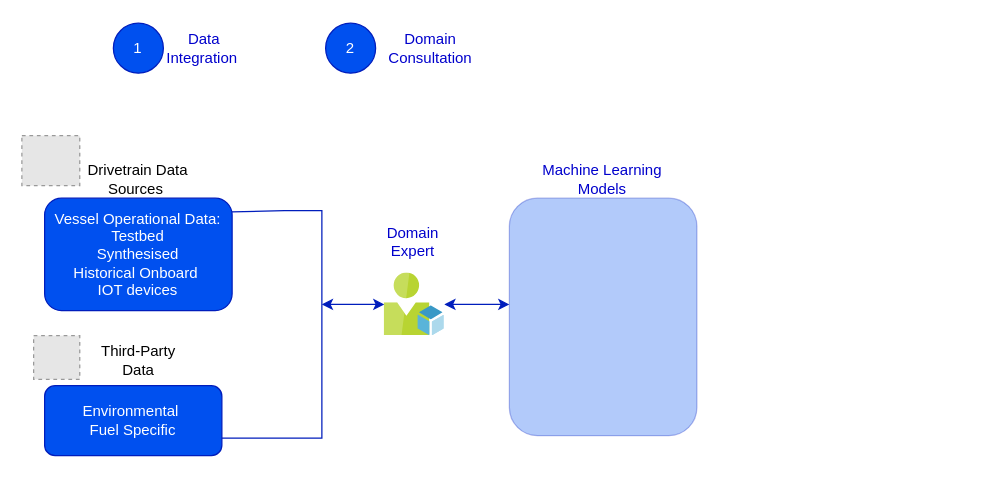
Before: Untitled Diagram.drawio in aianxtec/maritime-optimisation, a draw.io diagram. Source tidied: cells renumbered, new cells numbered last; positions are measured from the earlier drawing's top-left corner, leaving out a move shared by most shapes. Both pictures are drawn from the tidied source at 125%, with x=0, y=0 at pixel (21, 22). Pictures stored in the file or linked from it are replaced by grey dashed boxes.
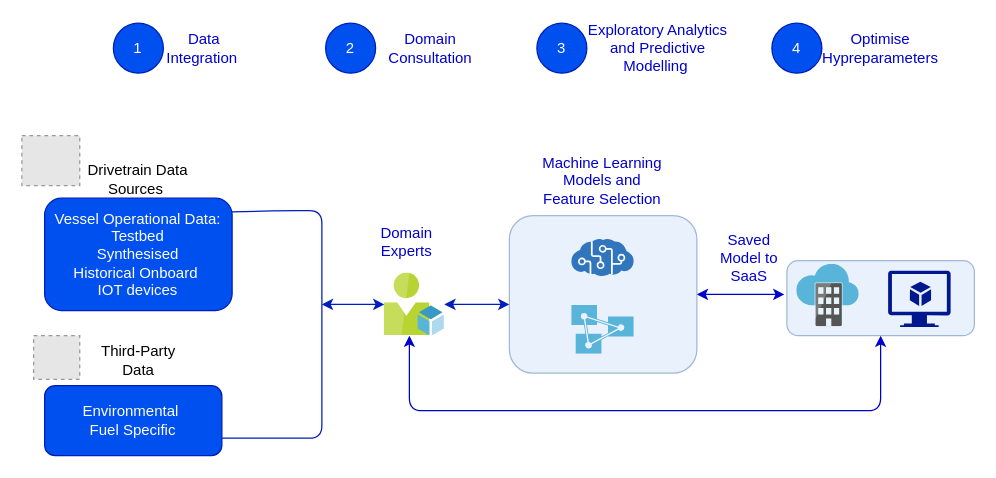
Above is the later version.

The change refers to these unchanged cells:
```xml
<mxCell id="4" value="Vessel Operational Data:&lt;br&gt;Testbed&lt;br&gt;Synthesised&lt;br&gt;Historical Onboard&amp;nbsp;&lt;br&gt;IOT devices" style="text;html=1;strokeColor=#001DBC;fillColor=#0050ef;align=center;verticalAlign=middle;whiteSpace=wrap;rounded=1;fontColor=#ffffff;" parent="1" vertex="1">
  <mxGeometry x="18.2" y="140" width="150" height="90" as="geometry" />
</mxCell>
<mxCell id="7" value="Environmental&amp;nbsp;&lt;br&gt;Fuel Specific" style="text;html=1;strokeColor=#001DBC;fillColor=#0050ef;align=center;verticalAlign=middle;whiteSpace=wrap;rounded=1;fontColor=#ffffff;spacingTop=0;" parent="1" vertex="1">
  <mxGeometry x="18.2" y="290" width="141.8" height="56" as="geometry" />
</mxCell>
```

The edit, as a diff of the source:
```diff
@@
-    <mxCell id="3" value="Drivetrain Data Sources&amp;nbsp;" style="text;html=1;strokeColor=none;fillColor=none;align=center;verticalAlign=middle;whiteSpace=wrap;rounded=0;" parent="1" vertex="1">
+    <mxCell id="3" value="Drivetrain Data Sources&amp;nbsp;" style="text;html=1;strokeColor=none;fillColor=none;align=center;verticalAlign=middle;whiteSpace=wrap;rounded=1;" parent="1" vertex="1">
       <mxGeometry x="48.2" y="90" width="90" height="70" as="geometry" />
     </mxCell>
@@
-    <mxCell id="6" value="Data Integration&amp;nbsp;" style="text;html=1;strokeColor=none;fillColor=none;align=center;verticalAlign=middle;whiteSpace=wrap;rounded=0;fontColor=#0000CC;gradientColor=#ffffff;" parent="1" vertex="1">
+    <mxCell id="6" value="Data Integration&amp;nbsp;" style="text;html=1;strokeColor=none;fillColor=none;align=center;verticalAlign=middle;whiteSpace=wrap;rounded=1;fontColor=#0000CC;gradientColor=#ffffff;" parent="1" vertex="1">
       <mxGeometry x="116.3" y="5" width="60" height="30" as="geometry" />
     </mxCell>
@@
-    <mxCell id="8" value="Third-Party Data" style="text;html=1;strokeColor=none;fillColor=none;align=center;verticalAlign=middle;whiteSpace=wrap;rounded=0;" parent="1" vertex="1">
+    <mxCell id="8" value="Third-Party Data" style="text;html=1;strokeColor=none;fillColor=none;align=center;verticalAlign=middle;whiteSpace=wrap;rounded=1;" parent="1" vertex="1">
       <mxGeometry x="54.7" y="255" width="76.8" height="30" as="geometry" />
     </mxCell>
-    <mxCell id="9" style="edgeStyle=orthogonalEdgeStyle;rounded=0;jettySize=auto;html=1;startArrow=classic;startFill=1;fillColor=#0050ef;strokeColor=#001DBC;" parent="1" edge="1" source="11">
+    <mxCell id="9" style="edgeStyle=orthogonalEdgeStyle;rounded=1;jettySize=auto;html=1;startArrow=classic;startFill=1;fillColor=#0050ef;strokeColor=#001DBC;" parent="1" edge="1" source="11">
       <mxGeometry relative="1" as="geometry">
         <mxPoint x="240" y="225" as="targetPoint" />
       </mxGeometry>
     </mxCell>
-    <mxCell id="10" style="edgeStyle=orthogonalEdgeStyle;rounded=0;jettySize=auto;html=1;fontColor=#0000CC;startArrow=classic;startFill=1;fillColor=#0050ef;strokeColor=#001DBC;" parent="1" edge="1" source="11" target="17">
+    <mxCell id="10" style="edgeStyle=orthogonalEdgeStyle;rounded=1;jettySize=auto;html=1;fontColor=#0000CC;startArrow=classic;startFill=1;fillColor=#0050ef;strokeColor=#001DBC;" parent="1" edge="1" source="11" target="17">
       <mxGeometry relative="1" as="geometry">
         <Array as="points">
           <mxPoint x="370" y="225" />
           <mxPoint x="370" y="225" />
         </Array>
       </mxGeometry>
     </mxCell>
-    <mxCell id="11" style="sketch=0;html=1;points=[];align=center;image;fontSize=12;image=img/lib/mscae/User_Resource.svg;rounded=1;strokeColor=default;" parent="1" vertex="1">
+    <mxCell id="11" style="html=1;points=[];align=center;image;fontSize=12;image=img/lib/mscae/User_Resource.svg;rounded=1;strokeColor=default;" parent="1" vertex="1">
       <mxGeometry x="290" y="200" width="48" height="50" as="geometry" />
     </mxCell>
@@
-    <mxCell id="13" style="endArrow=none;html=1;rounded=0;exitX=0.999;exitY=0.122;exitDx=0;exitDy=0;exitPerimeter=0;entryX=1;entryY=0.75;entryDx=0;entryDy=0;fillColor=#0050ef;strokeColor=#001DBC;" parent="1" edge="1" source="4" target="7">
+    <mxCell id="13" style="endArrow=none;html=1;rounded=1;exitX=0.999;exitY=0.122;exitDx=0;exitDy=0;exitPerimeter=0;entryX=1;entryY=0.75;entryDx=0;entryDy=0;fillColor=#0050ef;strokeColor=#001DBC;" parent="1" edge="1" source="4" target="7">
       <mxGeometry relative="1" as="geometry">
         <Array as="points">
           <mxPoint x="210" y="150" />
           <mxPoint x="240" y="150" />
           <mxPoint x="240" y="332" />
           <mxPoint x="200" y="332" />
         </Array>
       </mxGeometry>
     </mxCell>
@@
-    <mxCell id="15" value="Domain Consultation" style="text;html=1;strokeColor=none;fillColor=none;align=center;verticalAlign=middle;whiteSpace=wrap;rounded=0;fontColor=#0000CC;gradientColor=#ffffff;" parent="1" vertex="1">
+    <mxCell id="15" value="Domain Consultation" style="text;html=1;strokeColor=none;fillColor=none;align=center;verticalAlign=middle;whiteSpace=wrap;rounded=1;fontColor=#0000CC;gradientColor=#ffffff;" parent="1" vertex="1">
       <mxGeometry x="297" y="5" width="60" height="30" as="geometry" />
     </mxCell>
-    <mxCell id="16" value="Domain Expert" style="text;html=1;strokeColor=none;fillColor=none;align=center;verticalAlign=middle;whiteSpace=wrap;rounded=0;fontColor=#0000CC;gradientColor=#ffffff;" parent="1" vertex="1">
-      <mxGeometry x="283" y="160" width="60" height="30" as="geometry" />
+    <mxCell id="16" value="Domain Experts" style="text;html=1;strokeColor=none;fillColor=none;align=center;verticalAlign=middle;whiteSpace=wrap;rounded=1;fontColor=#0000CC;gradientColor=#ffffff;" parent="1" vertex="1">
+      <mxGeometry x="278" y="160" width="60" height="30" as="geometry" />
     </mxCell>
+    <mxCell id="19" style="edgeStyle=orthogonalEdgeStyle;rounded=1;jettySize=auto;html=1;exitX=1;exitY=0.5;exitDx=0;exitDy=0;fontColor=default;startArrow=classic;startFill=1;strokeColor=#0000CC;" parent="1" edge="1" source="17">
+      <mxGeometry relative="1" as="geometry">
+        <mxPoint x="610" y="217" as="targetPoint" />
+      </mxGeometry>
+    </mxCell>
-    <mxCell id="17" style="text;html=1;strokeColor=#001DBC;fillColor=#0050ef;align=center;verticalAlign=middle;whiteSpace=wrap;rounded=1;fontColor=#ffffff;opacity=30;" parent="1" vertex="1">
-      <mxGeometry x="390" y="140" width="150" height="190" as="geometry" />
+    <mxCell id="17" style="text;html=1;align=center;verticalAlign=middle;whiteSpace=wrap;rounded=1;opacity=60;strokeColor=#6c8ebf;fillColor=#dae8fc;" parent="1" vertex="1">
+      <mxGeometry x="390" y="154" width="150" height="126" as="geometry" />
     </mxCell>
-    <mxCell id="18" value="Machine Learning Models" style="text;html=1;strokeColor=none;fillColor=none;align=center;verticalAlign=middle;whiteSpace=wrap;rounded=0;fontColor=#0000CC;gradientColor=#ffffff;" parent="1" vertex="1">
-      <mxGeometry x="412" y="110" width="105" height="30" as="geometry" />
+    <mxCell id="18" value="Machine Learning Models and Feature Selection" style="text;html=1;strokeColor=none;fillColor=none;align=center;verticalAlign=middle;whiteSpace=wrap;rounded=1;fontColor=#0000CC;gradientColor=#ffffff;" parent="1" vertex="1">
+      <mxGeometry x="412" y="111" width="105" height="30" as="geometry" />
     </mxCell>
+    <mxCell id="20" style="html=1;align=center;image;fontSize=12;image=img/lib/mscae/Cognitive_Services.svg;rounded=1;fontColor=default;strokeColor=#001DBC;fillColor=none;gradientColor=#ffffff;labelBackgroundColor=default;" parent="1" vertex="1">
+      <mxGeometry x="440" y="173" width="50" height="30" as="geometry" />
+    </mxCell>
+    <mxCell id="21" value="3" style="ellipse;whiteSpace=wrap;html=1;rounded=1;strokeColor=#001DBC;fillColor=#0050ef;fontColor=#ffffff;" parent="1" vertex="1">
+      <mxGeometry x="412" width="40" height="40" as="geometry" />
+    </mxCell>
+    <mxCell id="22" value="Exploratory Analytics and Predictive Modelling&amp;nbsp;" style="text;html=1;strokeColor=none;fillColor=none;align=center;verticalAlign=middle;whiteSpace=wrap;rounded=1;fontColor=#0000CC;gradientColor=#ffffff;" parent="1" vertex="1">
+      <mxGeometry x="452" y="5" width="114" height="30" as="geometry" />
+    </mxCell>
+    <mxCell id="23" style="html=1;align=center;image;fontSize=12;image=img/lib/mscae/Analysis_Services.svg;rounded=1;fontColor=#0000CC;strokeColor=#001DBC;fillColor=none;gradientColor=#ffffff;" parent="1" vertex="1">
+      <mxGeometry x="440" y="226" width="50" height="39" as="geometry" />
+    </mxCell>
+    <mxCell id="24" value="4" style="ellipse;whiteSpace=wrap;html=1;rounded=1;strokeColor=#001DBC;fillColor=#0050ef;fontColor=#ffffff;" parent="1" vertex="1">
+      <mxGeometry x="600" width="40" height="40" as="geometry" />
+    </mxCell>
+    <mxCell id="25" value="Optimise Hypreparameters" style="text;html=1;strokeColor=none;fillColor=none;align=center;verticalAlign=middle;whiteSpace=wrap;rounded=1;fontColor=#0000CC;gradientColor=#ffffff;" parent="1" vertex="1">
+      <mxGeometry x="657" y="5" width="60" height="30" as="geometry" />
+    </mxCell>
+    <mxCell id="26" style="edgeStyle=orthogonalEdgeStyle;rounded=1;jettySize=auto;html=1;fontColor=default;startArrow=classic;startFill=1;strokeColor=#0000CC;" parent="1" edge="1" source="27" target="11">
+      <mxGeometry relative="1" as="geometry">
+        <Array as="points">
+          <mxPoint x="687" y="310" />
+          <mxPoint x="310" y="310" />
+        </Array>
+      </mxGeometry>
+    </mxCell>
+    <mxCell id="27" style="text;html=1;fillColor=#dae8fc;align=center;verticalAlign=middle;whiteSpace=wrap;rounded=1;opacity=60;strokeColor=#6c8ebf;" parent="1" vertex="1">
+      <mxGeometry x="612" y="190" width="150" height="60" as="geometry" />
+    </mxCell>
+    <mxCell id="28" style="sketch=0;html=1;align=center;image;fontSize=12;image=img/lib/mscae/Software_as_a_Service.svg;rounded=1;labelBackgroundColor=default;fontColor=default;strokeColor=#001DBC;fillColor=none;gradientColor=#ffffff;" parent="1" vertex="1">
+      <mxGeometry x="620" y="193" width="50" height="50" as="geometry" />
+    </mxCell>
+    <mxCell id="29" value="Saved Model to SaaS" style="text;html=1;strokeColor=none;fillColor=none;align=center;verticalAlign=middle;whiteSpace=wrap;rounded=1;fontColor=#0000CC;gradientColor=#ffffff;" parent="1" vertex="1">
+      <mxGeometry x="552" y="173" width="60" height="30" as="geometry" />
+    </mxCell>
+    <mxCell id="30" style="sketch=0;shadow=0;dashed=0;html=1;strokeColor=none;labelPosition=center;verticalLabelPosition=bottom;verticalAlign=top;align=center;fillColor=#00188D;shape=mxgraph.azure.virtual_machine_feature;rounded=1;labelBackgroundColor=default;fontColor=default;" parent="1" vertex="1">
+      <mxGeometry x="693" y="198" width="50" height="45" as="geometry" />
+    </mxCell>
```
